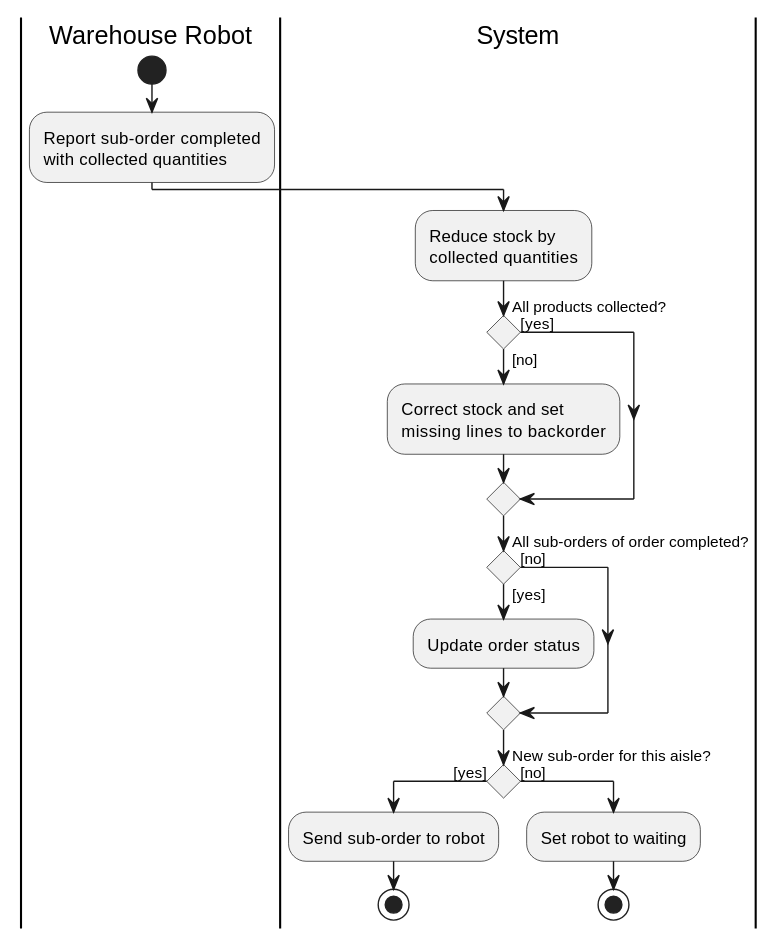
ViktorQorri/Project-Timaflu keeps this PlantUML diagram as Documentation/Architecture/uml/export/activity_diagrams/AD11_Complete_sub-order.svg. Above is the earlier version. The source it was exported from:
```plantuml
@startuml
skinparam conditionStyle diamond
skinparam ConditionEndStyle diamond
skinparam ActivityDiamondFontSize 11
|Warehouse Robot|
start
:Report sub-order completed\nwith collected quantities;
|System|
:Reduce stock by\ncollected quantities;
if (All products collected?) then ([yes])
else ([no])
  :Correct stock and set\nmissing lines to backorder;
endif
if (All sub-orders of order completed?) then ([yes])
  :Update order status;
else ([no])
endif
if (New sub-order for this aisle?) then ([yes])
  :Send sub-order to robot;
  stop
else ([no])
  :Set robot to waiting;
  stop
endif
@enduml
```
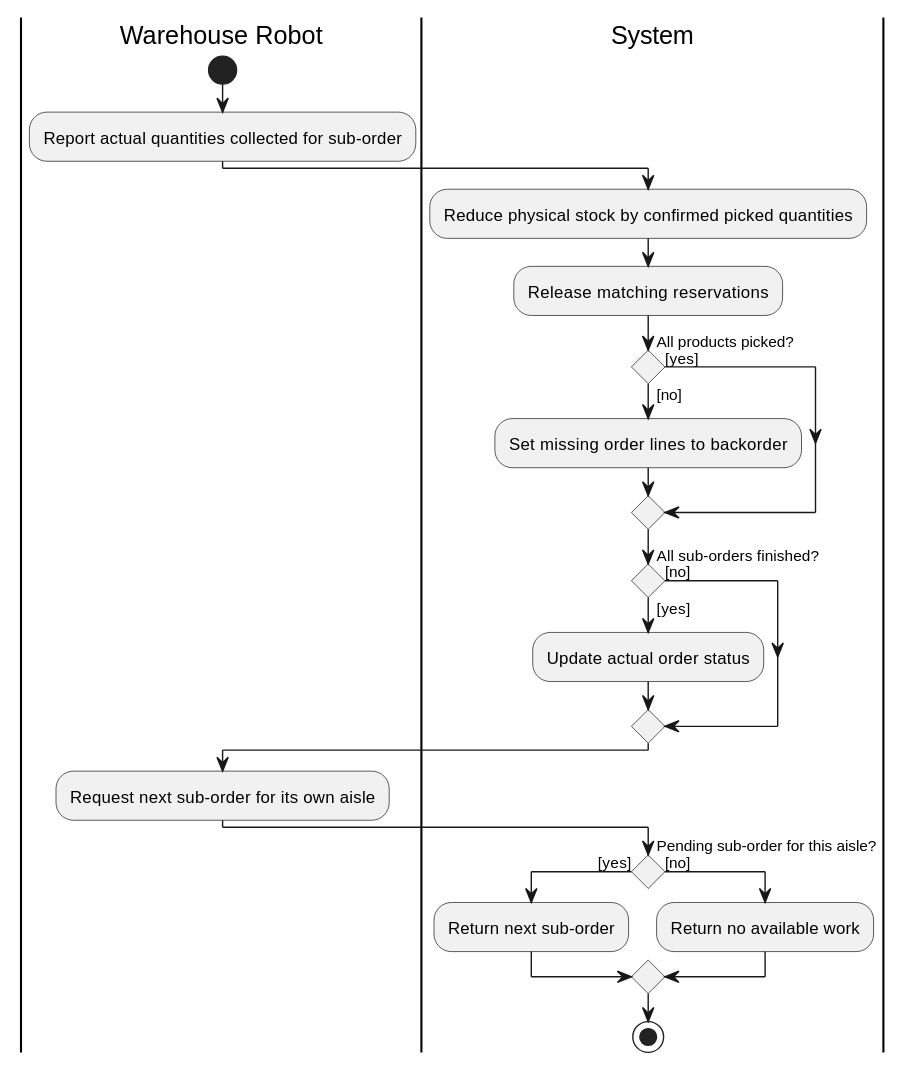
Later version of the same file.

Change to the diagram source:
```diff
@@ -2,24 +2,28 @@
 skinparam conditionStyle diamond
 skinparam ConditionEndStyle diamond
 skinparam ActivityDiamondFontSize 11
+
 |Warehouse Robot|
 start
-:Report sub-order completed\nwith collected quantities;
+:Report actual quantities collected for sub-order;
 |System|
-:Reduce stock by\ncollected quantities;
-if (All products collected?) then ([yes])
+:Reduce physical stock by confirmed picked quantities;
+:Release matching reservations;
+if (All products picked?) then ([yes])
 else ([no])
-  :Correct stock and set\nmissing lines to backorder;
+  :Set missing order lines to backorder;
 endif
-if (All sub-orders of order completed?) then ([yes])
-  :Update order status;
+if (All sub-orders finished?) then ([yes])
+  :Update actual order status;
 else ([no])
 endif
-if (New sub-order for this aisle?) then ([yes])
-  :Send sub-order to robot;
-  stop
+|Warehouse Robot|
+:Request next sub-order for its own aisle;
+|System|
+if (Pending sub-order for this aisle?) then ([yes])
+  :Return next sub-order;
 else ([no])
-  :Set robot to waiting;
-  stop
+  :Return no available work;
 endif
+stop
 @enduml
```
